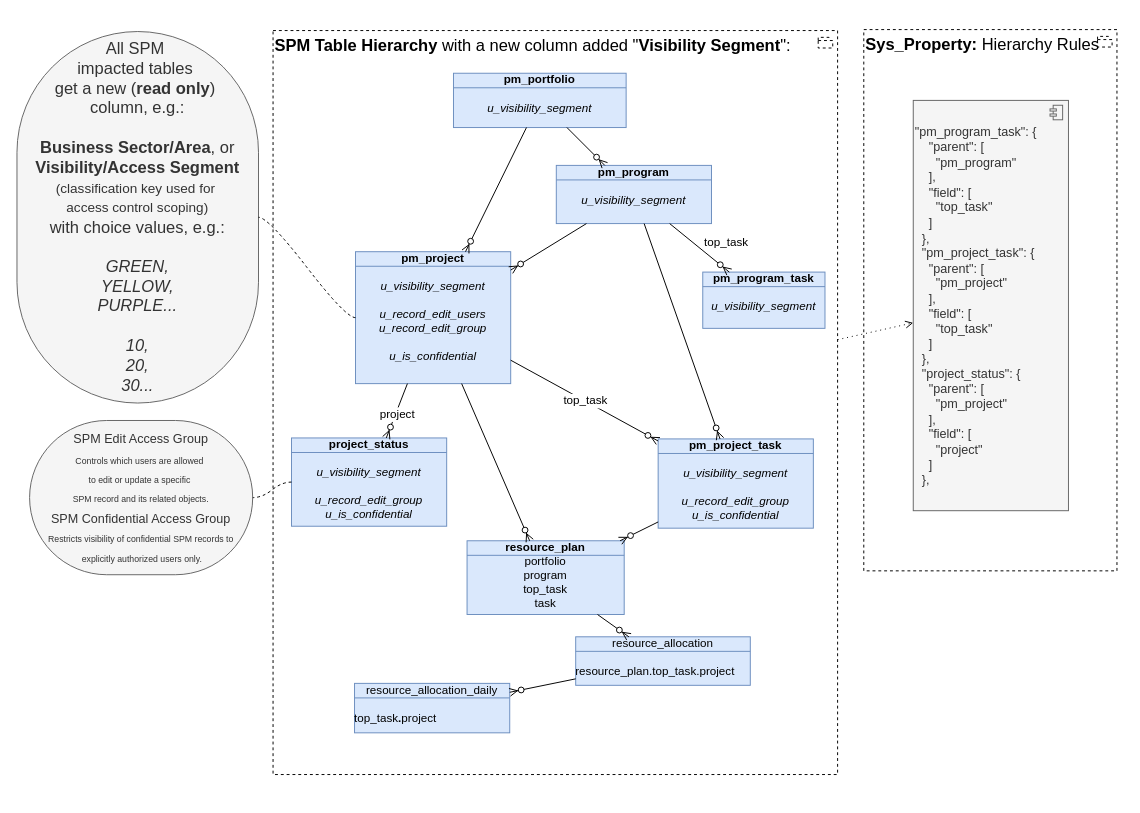
algimas/tmp keeps this draw.io diagram as page "hier1" (4 of 20) of Sar.drawio. Above is the earlier version. Source tidied: cells renumbered, new cells numbered last; positions are measured from the earlier drawing's top-left corner, leaving out a move shared by most shapes. Both pictures are drawn from the tidied source at 97%, with x=0, y=0 at pixel (16, 29).
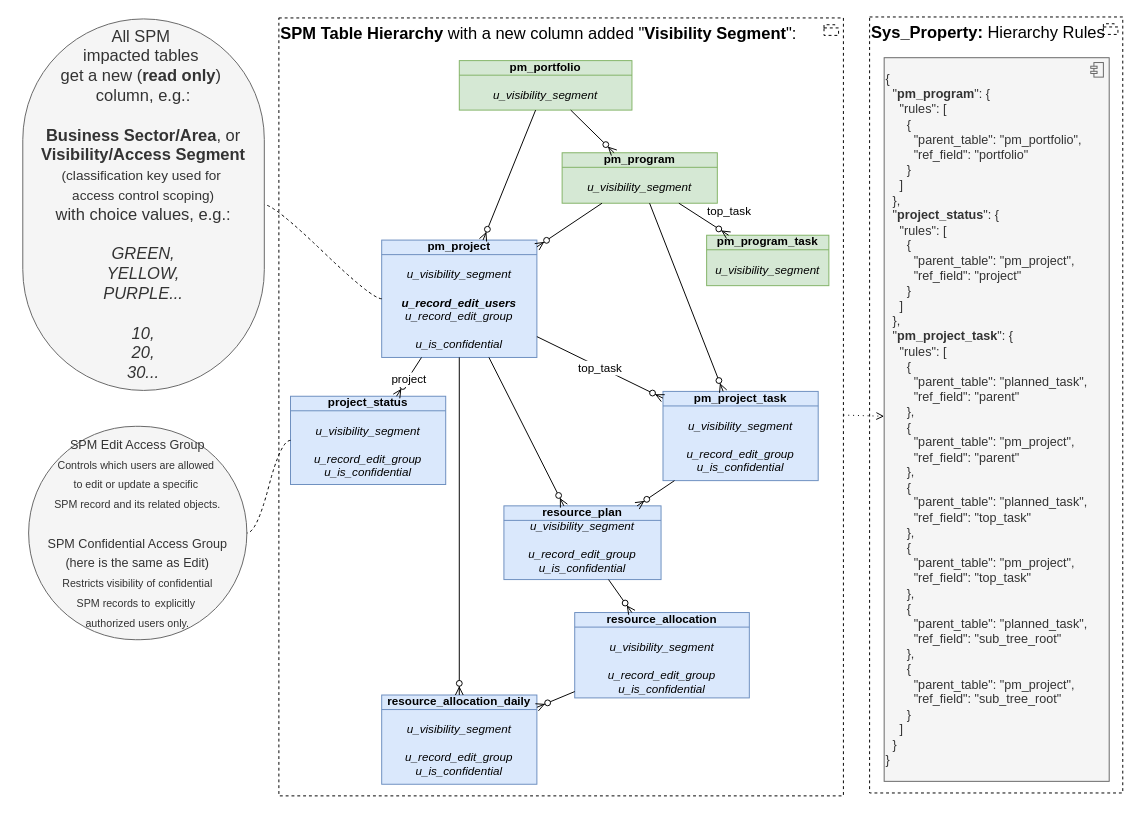
The same page after the edit.

Change to the diagram source:
```diff
@@
     <mxCell id="2" value="&lt;div&gt;&lt;b&gt;Sys_Property:&lt;/b&gt;&amp;nbsp;Hierarchy Rules&lt;/div&gt;" style="html=1;whiteSpace=wrap;shape=mxgraph.archimate3.application;appType=grouping;archiType=square;dashed=1;fillColor=none;verticalAlign=top;align=left;fontSize=17;" parent="1" vertex="1">
-      <mxGeometry x="873" width="261" height="558" as="geometry" />
+      <mxGeometry x="879" y="-13" width="261" height="800" as="geometry" />
     </mxCell>
     <mxCell id="3" value="&lt;b&gt;SPM Table Hierarchy&lt;/b&gt;&amp;nbsp;with a new column added &quot;&lt;b&gt;Visibility Segment&lt;/b&gt;&quot;:" style="html=1;outlineConnect=0;whiteSpace=wrap;shape=mxgraph.archimate3.application;appType=grouping;archiType=square;dashed=1;fillColor=none;verticalAlign=top;align=left;fontSize=17;" parent="1" vertex="1">
-      <mxGeometry x="264" y="1" width="582" height="767" as="geometry" />
+      <mxGeometry x="270" y="-12" width="582" height="802" as="geometry" />
     </mxCell>
-    <mxCell id="4" value="&lt;div&gt;&lt;b&gt;pm_project&lt;/b&gt;&lt;/div&gt;&lt;div&gt;&lt;div&gt;&lt;i&gt;&lt;br&gt;&lt;/i&gt;&lt;/div&gt;&lt;div&gt;&lt;i&gt;u_visibility_segment&lt;/i&gt;&lt;/div&gt;&lt;div&gt;&lt;br&gt;&lt;/div&gt;&lt;i&gt;u_record_edit_users&lt;br&gt;u_&lt;/i&gt;&lt;i&gt;record&lt;/i&gt;&lt;i&gt;_edit_group&lt;/i&gt;&lt;/div&gt;&lt;div&gt;&lt;i&gt;&lt;br&gt;&lt;/i&gt;&lt;/div&gt;&lt;div&gt;&lt;i&gt;u_is_confidential&lt;/i&gt;&lt;/div&gt;" style="html=1;outlineConnect=0;whiteSpace=wrap;fillColor=#dae8fc;shape=mxgraph.archimate3.businessObject;overflow=fill;strokeColor=#6c8ebf;fontStyle=0;fontSize=12;" parent="1" vertex="1">
-      <mxGeometry x="349" y="229" width="160" height="136" as="geometry" />
+    <mxCell id="4" value="&lt;div&gt;&lt;b&gt;pm_project&lt;/b&gt;&lt;/div&gt;&lt;div&gt;&lt;div&gt;&lt;i&gt;&lt;br&gt;&lt;/i&gt;&lt;/div&gt;&lt;div&gt;&lt;i&gt;u_visibility_segment&lt;/i&gt;&lt;/div&gt;&lt;div&gt;&lt;br&gt;&lt;/div&gt;&lt;i&gt;&lt;b&gt;u_record_edit_users&lt;/b&gt;&lt;br&gt;u_&lt;/i&gt;&lt;i&gt;record&lt;/i&gt;&lt;i&gt;_edit_group&lt;/i&gt;&lt;/div&gt;&lt;div&gt;&lt;i&gt;&lt;br&gt;&lt;/i&gt;&lt;/div&gt;&lt;div&gt;&lt;i&gt;u_is_confidential&lt;/i&gt;&lt;/div&gt;" style="html=1;outlineConnect=0;whiteSpace=wrap;fillColor=#dae8fc;shape=mxgraph.archimate3.businessObject;overflow=fill;strokeColor=#6c8ebf;fontStyle=0;fontSize=12;" parent="1" vertex="1">
+      <mxGeometry x="376" y="217" width="160" height="121" as="geometry" />
     </mxCell>
-    <mxCell id="5" value="&lt;div&gt;&lt;b&gt;pm_program_task&lt;/b&gt;&lt;/div&gt;&lt;div&gt;&lt;i&gt;&lt;br&gt;&lt;/i&gt;&lt;/div&gt;&lt;div&gt;&lt;i&gt;u_visibility_segment&lt;/i&gt;&lt;/div&gt;" style="html=1;outlineConnect=0;whiteSpace=wrap;fillColor=#dae8fc;shape=mxgraph.archimate3.businessObject;overflow=fill;strokeColor=#6c8ebf;fontStyle=0;fontSize=12;" parent="1" vertex="1">
-      <mxGeometry x="707" y="250" width="126" height="58" as="geometry" />
+    <mxCell id="5" value="&lt;div&gt;&lt;b&gt;pm_program_task&lt;/b&gt;&lt;/div&gt;&lt;div&gt;&lt;i&gt;&lt;br&gt;&lt;/i&gt;&lt;/div&gt;&lt;div&gt;&lt;i&gt;u_visibility_segment&lt;/i&gt;&lt;/div&gt;" style="html=1;outlineConnect=0;whiteSpace=wrap;fillColor=#d5e8d4;shape=mxgraph.archimate3.businessObject;overflow=fill;strokeColor=#82b366;fontStyle=0;fontSize=12;" parent="1" vertex="1">
+      <mxGeometry x="711" y="212" width="126" height="52" as="geometry" />
     </mxCell>
-    <mxCell id="6" value="&lt;div&gt;&lt;span&gt;&lt;b&gt;pm_portfolio&lt;/b&gt;&lt;/span&gt;&lt;/div&gt;&lt;div&gt;&lt;br&gt;&lt;/div&gt;&lt;div&gt;&lt;i&gt;u_visibility_segment&lt;/i&gt;&lt;/div&gt;" style="html=1;outlineConnect=0;whiteSpace=wrap;fillColor=#dae8fc;shape=mxgraph.archimate3.businessObject;overflow=fill;strokeColor=#6c8ebf;fontStyle=0;fontSize=12;" parent="1" vertex="1">
-      <mxGeometry x="450" y="45" width="178" height="56" as="geometry" />
+    <mxCell id="6" value="&lt;div&gt;&lt;span&gt;&lt;b&gt;pm_portfolio&lt;/b&gt;&lt;/span&gt;&lt;/div&gt;&lt;div&gt;&lt;br&gt;&lt;/div&gt;&lt;div&gt;&lt;i&gt;u_visibility_segment&lt;/i&gt;&lt;/div&gt;" style="html=1;outlineConnect=0;whiteSpace=wrap;fillColor=#d5e8d4;shape=mxgraph.archimate3.businessObject;overflow=fill;strokeColor=#82b366;fontStyle=0;fontSize=12;" parent="1" vertex="1">
+      <mxGeometry x="456" y="32" width="178" height="51" as="geometry" />
     </mxCell>
     <mxCell id="7" value="&lt;div&gt;&lt;b&gt;project_status&lt;/b&gt;&lt;/div&gt;&lt;div&gt;&lt;div&gt;&lt;i&gt;&lt;br&gt;&lt;/i&gt;&lt;/div&gt;&lt;div&gt;&lt;i&gt;u_visibility_segment&lt;/i&gt;&lt;/div&gt;&lt;div&gt;&lt;i&gt;&lt;br&gt;&lt;/i&gt;&lt;/div&gt;&lt;div&gt;&lt;i&gt;u_&lt;/i&gt;&lt;i&gt;record&lt;/i&gt;&lt;i&gt;_edit_group&lt;/i&gt;&lt;div&gt;&lt;i&gt;u_is_confidential&lt;/i&gt;&lt;/div&gt;&lt;/div&gt;&lt;br&gt;&lt;/div&gt;" style="html=1;outlineConnect=0;whiteSpace=wrap;fillColor=#dae8fc;shape=mxgraph.archimate3.businessObject;overflow=fill;strokeColor=#6c8ebf;fontStyle=0;fontSize=12;" parent="1" vertex="1">
-      <mxGeometry x="283" y="421" width="160" height="91" as="geometry" />
+      <mxGeometry x="282" y="378" width="160" height="91" as="geometry" />
     </mxCell>
@@
     <mxCell id="10" value="&lt;div&gt;&lt;b&gt;pm_project_task&lt;/b&gt;&lt;/div&gt;&lt;div&gt;&lt;div&gt;&lt;i&gt;&lt;br&gt;&lt;/i&gt;&lt;/div&gt;&lt;div&gt;&lt;i&gt;u_visibility_segment&lt;/i&gt;&lt;/div&gt;&lt;div&gt;&lt;i&gt;&lt;br&gt;&lt;/i&gt;&lt;/div&gt;&lt;div&gt;&lt;i&gt;u_&lt;/i&gt;&lt;i&gt;record&lt;/i&gt;&lt;i&gt;_edit_group&lt;/i&gt;&lt;div&gt;&lt;i&gt;u_is_confidential&lt;/i&gt;&lt;/div&gt;&lt;/div&gt;&lt;/div&gt;" style="html=1;outlineConnect=0;whiteSpace=wrap;fillColor=#dae8fc;shape=mxgraph.archimate3.businessObject;overflow=fill;strokeColor=#6c8ebf;fontStyle=0;fontSize=12;" parent="1" vertex="1">
-      <mxGeometry x="661" y="422" width="160" height="92" as="geometry" />
+      <mxGeometry x="666" y="373" width="160" height="92" as="geometry" />
     </mxCell>
-    <mxCell id="11" value="&lt;div&gt;&lt;b&gt;pm_program&lt;/b&gt;&lt;/div&gt;&lt;div&gt;&lt;div&gt;&lt;i&gt;&lt;br&gt;&lt;/i&gt;&lt;/div&gt;&lt;div&gt;&lt;i&gt;u_visibility_segment&lt;/i&gt;&lt;/div&gt;&lt;br&gt;&lt;/div&gt;&lt;div&gt;&lt;br&gt;&lt;/div&gt;&lt;div&gt;&lt;br&gt;&lt;/div&gt;" style="html=1;outlineConnect=0;whiteSpace=wrap;fillColor=#dae8fc;shape=mxgraph.archimate3.businessObject;overflow=fill;strokeColor=#6c8ebf;fontStyle=0;fontSize=12;" parent="1" vertex="1">
-      <mxGeometry x="556" y="140" width="160" height="60" as="geometry" />
+    <mxCell id="11" value="&lt;div&gt;&lt;b&gt;pm_program&lt;/b&gt;&lt;/div&gt;&lt;div&gt;&lt;div&gt;&lt;i&gt;&lt;br&gt;&lt;/i&gt;&lt;/div&gt;&lt;div&gt;&lt;i&gt;u_visibility_segment&lt;/i&gt;&lt;/div&gt;&lt;br&gt;&lt;/div&gt;&lt;div&gt;&lt;br&gt;&lt;/div&gt;&lt;div&gt;&lt;br&gt;&lt;/div&gt;" style="html=1;outlineConnect=0;whiteSpace=wrap;fillColor=#d5e8d4;shape=mxgraph.archimate3.businessObject;overflow=fill;strokeColor=#82b366;fontStyle=0;fontSize=12;" parent="1" vertex="1">
+      <mxGeometry x="562" y="127" width="160" height="52" as="geometry" />
     </mxCell>
@@
     <mxCell id="20" value="&lt;div&gt;All SPM&amp;nbsp;&lt;/div&gt;&lt;div&gt;impacted tables&amp;nbsp;&lt;/div&gt;&lt;div&gt;get&amp;nbsp;a new (&lt;b&gt;read only&lt;/b&gt;)&amp;nbsp;&lt;/div&gt;&lt;div&gt;column, e.g.:&lt;/div&gt;&lt;div&gt;&lt;br&gt;&lt;/div&gt;&lt;div&gt;&lt;b&gt;Business Sector/Area&lt;/b&gt;, or&lt;/div&gt;&lt;div&gt;&lt;b&gt;Visibility/Access Segment&lt;/b&gt;&lt;/div&gt;&lt;div&gt;&lt;font style=&quot;font-size: 14px;&quot;&gt;(classification key used for&amp;nbsp;&lt;/font&gt;&lt;div&gt;&lt;font style=&quot;font-size: 14px;&quot;&gt;access control scoping)&lt;/font&gt;&lt;/div&gt;&lt;/div&gt;&lt;div&gt;with choice values, e.g.:&lt;/div&gt;&lt;div&gt;&lt;br&gt;&lt;/div&gt;&lt;div&gt;&lt;i&gt;GREEN,&lt;/i&gt;&lt;/div&gt;&lt;div&gt;&lt;i&gt;YELLOW,&lt;/i&gt;&lt;/div&gt;&lt;div&gt;&lt;i&gt;PURPLE...&lt;/i&gt;&lt;/div&gt;&lt;div&gt;&lt;br&gt;&lt;/div&gt;&lt;div&gt;&lt;i&gt;10,&lt;/i&gt;&lt;/div&gt;&lt;div&gt;&lt;i&gt;20,&lt;/i&gt;&lt;/div&gt;&lt;div&gt;&lt;i&gt;30...&lt;/i&gt;&lt;/div&gt;" style="whiteSpace=wrap;html=1;rounded=1;arcSize=50;align=center;verticalAlign=middle;strokeWidth=1;spacing=4;newEdgeStyle={&quot;edgeStyle&quot;:&quot;entityRelationEdgeStyle&quot;,&quot;startArrow&quot;:&quot;none&quot;,&quot;endArrow&quot;:&quot;none&quot;,&quot;segment&quot;:10,&quot;curved&quot;:1,&quot;sourcePerimeterSpacing&quot;:0,&quot;targetPerimeterSpacing&quot;:0};fillColor=#f5f5f5;strokeColor=#666666;fontColor=#333333;fontSize=17;" parent="1" vertex="1">
-      <mxGeometry y="2" width="249" height="383" as="geometry" />
+      <mxGeometry x="6" y="-11" width="249" height="383" as="geometry" />
     </mxCell>
@@
-    <mxCell id="23" value="&lt;div align=&quot;left&quot;&gt;&lt;font&gt;&quot;pm_program_task&quot;: {&lt;/font&gt;&lt;br&gt;&lt;font&gt;&amp;nbsp; &amp;nbsp; &quot;parent&quot;: [&lt;/font&gt;&lt;br&gt;&lt;font&gt;&amp;nbsp; &amp;nbsp; &amp;nbsp; &quot;pm_program&quot;&lt;/font&gt;&lt;br&gt;&lt;font&gt;&amp;nbsp; &amp;nbsp; ],&lt;/font&gt;&lt;br&gt;&lt;font&gt;&amp;nbsp; &amp;nbsp; &quot;field&quot;: [&lt;/font&gt;&lt;br&gt;&lt;font&gt;&amp;nbsp; &amp;nbsp; &amp;nbsp; &quot;top_task&quot;&lt;/font&gt;&lt;br&gt;&lt;font&gt;&amp;nbsp; &amp;nbsp; ]&lt;/font&gt;&lt;br&gt;&lt;font&gt;&amp;nbsp; },&lt;/font&gt;&lt;br&gt;&lt;font&gt;&amp;nbsp; &quot;pm_project_task&quot;: {&lt;/font&gt;&lt;br&gt;&lt;font&gt;&amp;nbsp; &amp;nbsp; &quot;parent&quot;: [&lt;/font&gt;&lt;br&gt;&lt;font&gt;&amp;nbsp; &amp;nbsp; &amp;nbsp; &quot;pm_project&quot;&lt;/font&gt;&lt;br&gt;&lt;font&gt;&amp;nbsp; &amp;nbsp; ],&lt;/font&gt;&lt;br&gt;&lt;font&gt;&amp;nbsp; &amp;nbsp; &quot;field&quot;: [&lt;/font&gt;&lt;br&gt;&lt;font&gt;&amp;nbsp; &amp;nbsp; &amp;nbsp; &quot;top_task&quot;&lt;/font&gt;&lt;br&gt;&lt;font&gt;&amp;nbsp; &amp;nbsp; ]&lt;/font&gt;&lt;br&gt;&lt;font&gt;&amp;nbsp; },&lt;/font&gt;&lt;br&gt;&lt;font&gt;&amp;nbsp; &quot;project_status&quot;: {&lt;/font&gt;&lt;br&gt;&lt;font&gt;&amp;nbsp; &amp;nbsp; &quot;parent&quot;: [&lt;/font&gt;&lt;br&gt;&lt;font&gt;&amp;nbsp; &amp;nbsp; &amp;nbsp; &quot;pm_project&quot;&lt;/font&gt;&lt;br&gt;&lt;font&gt;&amp;nbsp; &amp;nbsp; ],&lt;/font&gt;&lt;br&gt;&lt;font&gt;&amp;nbsp; &amp;nbsp; &quot;field&quot;: [&lt;/font&gt;&lt;br&gt;&lt;font&gt;&amp;nbsp; &amp;nbsp; &amp;nbsp; &quot;project&quot;&lt;/font&gt;&lt;br&gt;&lt;font&gt;&amp;nbsp; &amp;nbsp; ]&lt;/font&gt;&lt;br&gt;&lt;font&gt;&amp;nbsp; },&lt;/font&gt;&lt;/div&gt;" style="html=1;outlineConnect=0;whiteSpace=wrap;fillColor=#f5f5f5;shape=mxgraph.archimate3.application;appType=comp;archiType=square;strokeColor=#666666;fontColor=#333333;align=left;fontSize=13;" parent="1" vertex="1">
-      <mxGeometry x="924" y="73" width="160" height="423" as="geometry" />
+    <mxCell id="23" value="{&lt;br&gt;&amp;nbsp; &quot;&lt;b&gt;pm_program&lt;/b&gt;&quot;: {&lt;br&gt;&amp;nbsp; &amp;nbsp; &quot;rules&quot;: [&lt;br&gt;&amp;nbsp; &amp;nbsp; &amp;nbsp; {&lt;br&gt;&amp;nbsp; &amp;nbsp; &amp;nbsp; &amp;nbsp; &quot;parent_table&quot;: &quot;pm_portfolio&quot;,&lt;br&gt;&amp;nbsp; &amp;nbsp; &amp;nbsp; &amp;nbsp; &quot;ref_field&quot;: &quot;portfolio&quot;&lt;br&gt;&amp;nbsp; &amp;nbsp; &amp;nbsp; }&lt;br&gt;&amp;nbsp; &amp;nbsp; ]&lt;br&gt;&amp;nbsp; },&lt;br&gt;&amp;nbsp; &quot;&lt;b&gt;project_status&lt;/b&gt;&quot;: {&lt;br&gt;&amp;nbsp; &amp;nbsp; &quot;rules&quot;: [&lt;br&gt;&amp;nbsp; &amp;nbsp; &amp;nbsp; {&lt;br&gt;&amp;nbsp; &amp;nbsp; &amp;nbsp; &amp;nbsp; &quot;parent_table&quot;: &quot;pm_project&quot;,&lt;br&gt;&amp;nbsp; &amp;nbsp; &amp;nbsp; &amp;nbsp; &quot;ref_field&quot;: &quot;project&quot;&lt;br&gt;&amp;nbsp; &amp;nbsp; &amp;nbsp; }&lt;br&gt;&amp;nbsp; &amp;nbsp; ]&lt;br&gt;&amp;nbsp; },&lt;br&gt;&amp;nbsp; &quot;&lt;b&gt;pm_project_task&lt;/b&gt;&quot;: {&lt;br&gt;&amp;nbsp; &amp;nbsp; &quot;rules&quot;: [&lt;br&gt;&amp;nbsp; &amp;nbsp; &amp;nbsp; {&lt;br&gt;&amp;nbsp; &amp;nbsp; &amp;nbsp; &amp;nbsp; &quot;parent_table&quot;: &quot;planned_task&quot;,&lt;br&gt;&amp;nbsp; &amp;nbsp; &amp;nbsp; &amp;nbsp; &quot;ref_field&quot;: &quot;parent&quot;&lt;br&gt;&amp;nbsp; &amp;nbsp; &amp;nbsp; },&lt;br&gt;&amp;nbsp; &amp;nbsp; &amp;nbsp; {&lt;br&gt;&amp;nbsp; &amp;nbsp; &amp;nbsp; &amp;nbsp; &quot;parent_table&quot;: &quot;pm_project&quot;,&lt;br&gt;&amp;nbsp; &amp;nbsp; &amp;nbsp; &amp;nbsp; &quot;ref_field&quot;: &quot;parent&quot;&lt;br&gt;&amp;nbsp; &amp;nbsp; &amp;nbsp; },&lt;br&gt;&amp;nbsp; &amp;nbsp; &amp;nbsp; {&lt;br&gt;&amp;nbsp; &amp;nbsp; &amp;nbsp; &amp;nbsp; &quot;parent_table&quot;: &quot;planned_task&quot;,&lt;br&gt;&amp;nbsp; &amp;nbsp; &amp;nbsp; &amp;nbsp; &quot;ref_field&quot;: &quot;top_task&quot;&lt;br&gt;&amp;nbsp; &amp;nbsp; &amp;nbsp; },&lt;br&gt;&amp;nbsp; &amp;nbsp; &amp;nbsp; {&lt;br&gt;&amp;nbsp; &amp;nbsp; &amp;nbsp; &amp;nbsp; &quot;parent_table&quot;: &quot;pm_project&quot;,&lt;br&gt;&amp;nbsp; &amp;nbsp; &amp;nbsp; &amp;nbsp; &quot;ref_field&quot;: &quot;top_task&quot;&lt;br&gt;&amp;nbsp; &amp;nbsp; &amp;nbsp; },&lt;br&gt;&amp;nbsp; &amp;nbsp; &amp;nbsp; {&lt;br&gt;&amp;nbsp; &amp;nbsp; &amp;nbsp; &amp;nbsp; &quot;parent_table&quot;: &quot;planned_task&quot;,&lt;br&gt;&amp;nbsp; &amp;nbsp; &amp;nbsp; &amp;nbsp; &quot;ref_field&quot;: &quot;sub_tree_root&quot;&lt;br&gt;&amp;nbsp; &amp;nbsp; &amp;nbsp; },&lt;br&gt;&amp;nbsp; &amp;nbsp; &amp;nbsp; {&lt;br&gt;&amp;nbsp; &amp;nbsp; &amp;nbsp; &amp;nbsp; &quot;parent_table&quot;: &quot;pm_project&quot;,&lt;br&gt;&amp;nbsp; &amp;nbsp; &amp;nbsp; &amp;nbsp; &quot;ref_field&quot;: &quot;sub_tree_root&quot;&lt;br&gt;&amp;nbsp; &amp;nbsp; &amp;nbsp; }&lt;br&gt;&amp;nbsp; &amp;nbsp; ]&lt;br&gt;&amp;nbsp; }&lt;br&gt;}" style="html=1;outlineConnect=0;whiteSpace=wrap;fillColor=#f5f5f5;shape=mxgraph.archimate3.application;appType=comp;archiType=square;strokeColor=#666666;fontColor=#333333;align=left;fontSize=13;" parent="1" vertex="1">
+      <mxGeometry x="894" y="29" width="232" height="746" as="geometry" />
     </mxCell>
-    <mxCell id="24" value="&lt;font style=&quot;font-size: 13px;&quot;&gt;SPM Edit Access Group&lt;br&gt;&lt;/font&gt;&lt;div&gt;&lt;font style=&quot;font-size: 9px;&quot;&gt;Controls which users are allowed&amp;nbsp;&lt;/font&gt;&lt;/div&gt;&lt;div&gt;&lt;font style=&quot;font-size: 9px;&quot;&gt;to edit or update a specific&amp;nbsp;&lt;/font&gt;&lt;/div&gt;&lt;div&gt;&lt;font style=&quot;font-size: 9px;&quot;&gt;SPM record and its related objects.&lt;/font&gt;&lt;/div&gt;&lt;div&gt;&lt;font style=&quot;font-size: 13px;&quot;&gt;SPM Confidential Access Group&lt;/font&gt;&lt;/div&gt;&lt;div&gt;&lt;font style=&quot;font-size: 9px;&quot;&gt;Restricts visibility of confidential SPM records to&lt;/font&gt;&lt;/div&gt;&lt;div&gt;&lt;font style=&quot;font-size: 9px;&quot;&gt;&amp;nbsp;explicitly authorized users only.&lt;/font&gt;&lt;/div&gt;" style="whiteSpace=wrap;html=1;rounded=1;arcSize=50;align=center;verticalAlign=middle;strokeWidth=1;spacing=4;newEdgeStyle={&quot;edgeStyle&quot;:&quot;entityRelationEdgeStyle&quot;,&quot;startArrow&quot;:&quot;none&quot;,&quot;endArrow&quot;:&quot;none&quot;,&quot;segment&quot;:10,&quot;curved&quot;:1,&quot;sourcePerimeterSpacing&quot;:0,&quot;targetPerimeterSpacing&quot;:0};fillColor=#f5f5f5;strokeColor=#666666;fontColor=#333333;fontSize=17;" parent="1" vertex="1">
-      <mxGeometry x="13" y="403" width="230" height="159" as="geometry" />
+    <mxCell id="24" value="&lt;font style=&quot;font-size: 13px;&quot;&gt;SPM Edit Access Group&lt;br&gt;&lt;/font&gt;&lt;div&gt;&lt;font style=&quot;font-size: 11px;&quot;&gt;Controls which users are allowed&amp;nbsp;&lt;/font&gt;&lt;/div&gt;&lt;div&gt;&lt;font style=&quot;font-size: 11px;&quot;&gt;to edit or update a specific&amp;nbsp;&lt;/font&gt;&lt;/div&gt;&lt;div&gt;&lt;font style=&quot;font-size: 11px;&quot;&gt;SPM record and its related objects.&lt;/font&gt;&lt;/div&gt;&lt;div&gt;&lt;font style=&quot;font-size: 11px;&quot;&gt;&lt;br&gt;&lt;/font&gt;&lt;/div&gt;&lt;div&gt;&lt;font style=&quot;font-size: 13px;&quot;&gt;SPM Confidential Access Group&lt;/font&gt;&lt;/div&gt;&lt;div&gt;&lt;font style=&quot;font-size: 13px;&quot;&gt;(here is the same as Edit)&lt;/font&gt;&lt;/div&gt;&lt;div&gt;&lt;font style=&quot;font-size: 11px;&quot;&gt;Restricts visibility of confidential&lt;/font&gt;&lt;/div&gt;&lt;div&gt;&lt;font style=&quot;font-size: 11px;&quot;&gt;SPM records to&lt;/font&gt;&amp;nbsp;&lt;font style=&quot;font-size: 11px;&quot;&gt;explicitly&amp;nbsp;&lt;/font&gt;&lt;/div&gt;&lt;div&gt;&lt;font style=&quot;font-size: 11px;&quot;&gt;authorized users only.&lt;/font&gt;&lt;/div&gt;" style="whiteSpace=wrap;html=1;rounded=1;arcSize=50;align=center;verticalAlign=middle;strokeWidth=1;spacing=4;newEdgeStyle={&quot;edgeStyle&quot;:&quot;entityRelationEdgeStyle&quot;,&quot;startArrow&quot;:&quot;none&quot;,&quot;endArrow&quot;:&quot;none&quot;,&quot;segment&quot;:10,&quot;curved&quot;:1,&quot;sourcePerimeterSpacing&quot;:0,&quot;targetPerimeterSpacing&quot;:0};fillColor=#f5f5f5;strokeColor=#666666;fontColor=#333333;fontSize=17;" parent="1" vertex="1">
+      <mxGeometry x="12" y="409" width="225" height="220" as="geometry" />
     </mxCell>
@@
-    <mxCell id="26" value="&lt;div&gt;&lt;span style=&quot;font-weight: normal;&quot;&gt;resource_allocation_daily&lt;/span&gt;&lt;/div&gt;&lt;div&gt;&lt;br&gt;&lt;/div&gt;&lt;div align=&quot;left&quot;&gt;&lt;span style=&quot;font-weight: normal;&quot;&gt;top_task&lt;/span&gt;.&lt;span style=&quot;font-weight: normal;&quot;&gt;project&lt;/span&gt;&lt;/div&gt;" style="html=1;outlineConnect=0;whiteSpace=wrap;fillColor=#dae8fc;shape=mxgraph.archimate3.businessObject;overflow=fill;strokeColor=#6c8ebf;fontStyle=1;" parent="1" vertex="1">
-      <mxGeometry x="348" y="674" width="160" height="51" as="geometry" />
+    <mxCell id="26" value="&lt;div&gt;resource_allocation_daily&lt;/div&gt;&lt;div&gt;&lt;br&gt;&lt;/div&gt;&lt;div align=&quot;left&quot;&gt;&lt;div align=&quot;center&quot;&gt;&lt;div&gt;&lt;i style=&quot;font-weight: normal;&quot;&gt;u_visibility_segment&lt;/i&gt;&lt;/div&gt;&lt;div&gt;&lt;span style=&quot;font-weight: normal;&quot;&gt;&lt;i&gt;&lt;br&gt;&lt;/i&gt;&lt;/span&gt;&lt;/div&gt;&lt;div&gt;&lt;span style=&quot;font-weight: normal;&quot;&gt;&lt;i&gt;u_&lt;/i&gt;&lt;i&gt;record&lt;/i&gt;&lt;i&gt;_edit_group&lt;/i&gt;&lt;/span&gt;&lt;div&gt;&lt;i style=&quot;font-weight: normal;&quot;&gt;u_is_confidential&lt;/i&gt;&lt;/div&gt;&lt;/div&gt;&lt;/div&gt;&lt;/div&gt;" style="html=1;outlineConnect=0;whiteSpace=wrap;fillColor=#dae8fc;shape=mxgraph.archimate3.businessObject;overflow=fill;strokeColor=#6c8ebf;fontStyle=1;" parent="1" vertex="1">
+      <mxGeometry x="376" y="686" width="160" height="92" as="geometry" />
     </mxCell>
-    <mxCell id="27" value="&lt;div&gt;&lt;span style=&quot;font-weight: normal;&quot;&gt;resource_allocation&lt;/span&gt;&lt;/div&gt;&lt;div&gt;&lt;br&gt;&lt;/div&gt;&lt;div align=&quot;left&quot;&gt;&lt;span style=&quot;font-weight: normal;&quot;&gt;resource_plan.top_task.&lt;/span&gt;&lt;span style=&quot;font-weight: normal;&quot;&gt;project&lt;/span&gt;&lt;/div&gt;" style="html=1;outlineConnect=0;whiteSpace=wrap;fillColor=#dae8fc;shape=mxgraph.archimate3.businessObject;overflow=fill;strokeColor=#6c8ebf;fontStyle=1;" parent="1" vertex="1">
-      <mxGeometry x="576" y="626" width="180" height="50" as="geometry" />
+    <mxCell id="27" value="&lt;div&gt;resource_allocation&lt;/div&gt;&lt;div&gt;&lt;br&gt;&lt;/div&gt;&lt;div align=&quot;center&quot;&gt;&lt;div&gt;&lt;i style=&quot;font-weight: normal;&quot;&gt;u_visibility_segment&lt;/i&gt;&lt;/div&gt;&lt;div&gt;&lt;span style=&quot;font-weight: normal;&quot;&gt;&lt;i&gt;&lt;br&gt;&lt;/i&gt;&lt;/span&gt;&lt;/div&gt;&lt;div&gt;&lt;span style=&quot;font-weight: normal;&quot;&gt;&lt;i&gt;u_&lt;/i&gt;&lt;i&gt;record&lt;/i&gt;&lt;i&gt;_edit_group&lt;/i&gt;&lt;/span&gt;&lt;div&gt;&lt;i style=&quot;font-weight: normal;&quot;&gt;u_is_confidential&lt;/i&gt;&lt;/div&gt;&lt;/div&gt;&lt;/div&gt;" style="html=1;outlineConnect=0;whiteSpace=wrap;fillColor=#dae8fc;shape=mxgraph.archimate3.businessObject;overflow=fill;strokeColor=#6c8ebf;fontStyle=1;" parent="1" vertex="1">
+      <mxGeometry x="575" y="601" width="180" height="88" as="geometry" />
     </mxCell>
-    <mxCell id="28" value="&lt;div&gt;resource_plan&lt;/div&gt;&lt;span style=&quot;font-weight: normal;&quot;&gt;portfolio&lt;br&gt;program&lt;br&gt;top_task&lt;br&gt;task&lt;/span&gt;" style="html=1;outlineConnect=0;whiteSpace=wrap;fillColor=#dae8fc;shape=mxgraph.archimate3.businessObject;overflow=fill;strokeColor=#6c8ebf;fontStyle=1;" parent="1" vertex="1">
-      <mxGeometry x="464" y="527" width="162" height="76" as="geometry" />
+    <mxCell id="28" value="&lt;div&gt;resource_plan&lt;/div&gt;&lt;div&gt;&lt;i style=&quot;font-weight: normal;&quot;&gt;u_visibility_segment&lt;/i&gt;&lt;/div&gt;&lt;div&gt;&lt;span style=&quot;font-weight: normal;&quot;&gt;&lt;i&gt;&lt;br&gt;&lt;/i&gt;&lt;/span&gt;&lt;/div&gt;&lt;div&gt;&lt;span style=&quot;font-weight: normal;&quot;&gt;&lt;i&gt;u_&lt;/i&gt;&lt;i&gt;record&lt;/i&gt;&lt;i&gt;_edit_group&lt;/i&gt;&lt;/span&gt;&lt;div&gt;&lt;i style=&quot;font-weight: normal;&quot;&gt;u_is_confidential&lt;/i&gt;&lt;/div&gt;&lt;/div&gt;" style="html=1;outlineConnect=0;whiteSpace=wrap;fillColor=#dae8fc;shape=mxgraph.archimate3.businessObject;overflow=fill;strokeColor=#6c8ebf;fontStyle=1;" parent="1" vertex="1">
+      <mxGeometry x="502" y="491" width="162" height="76" as="geometry" />
     </mxCell>
@@
+    <mxCell id="33" style="fontSize=12;html=1;endArrow=ERzeroToMany;endFill=1;rounded=0;" parent="1" edge="1" source="4" target="26">
+      <mxGeometry relative="1" as="geometry" />
+    </mxCell>
```
